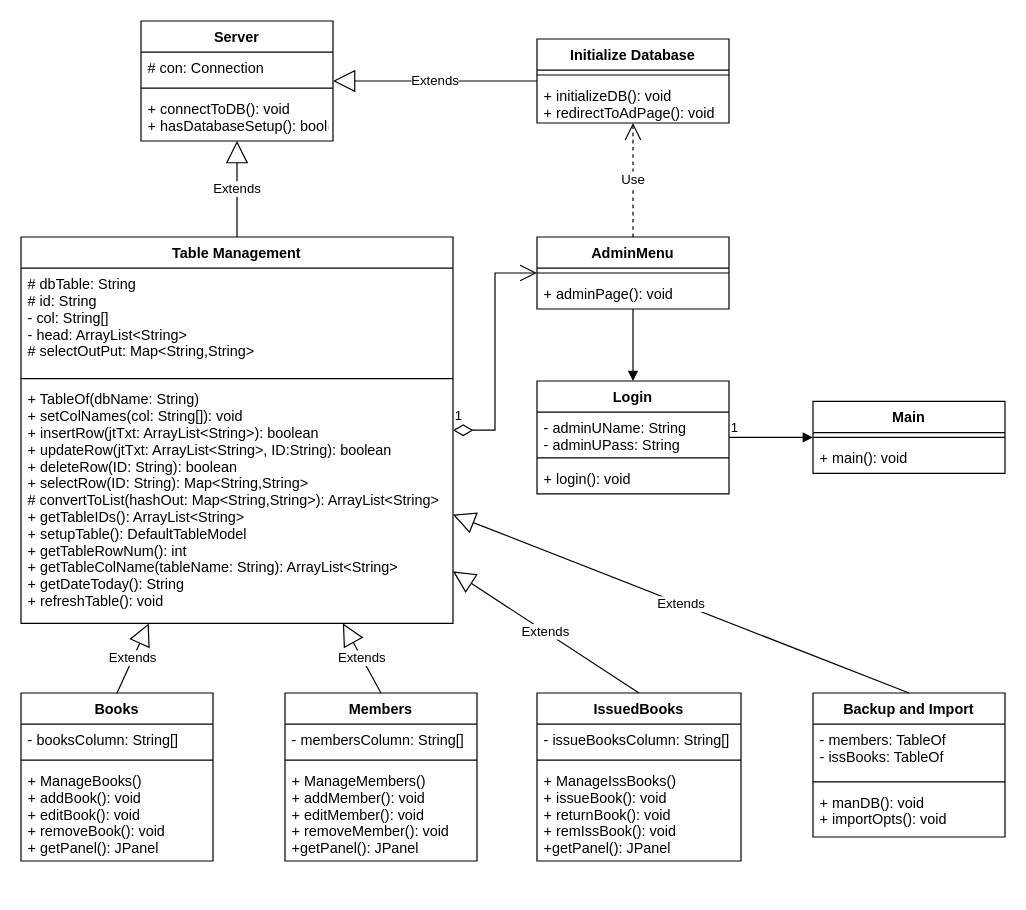
Before: Untitled Diagram.drawio in dkeithdj/digitallib, a draw.io diagram. Source tidied: cells renumbered, new cells numbered last; positions are measured from the earlier drawing's top-left corner, leaving out a move shared by most shapes. Both pictures are drawn from the tidied source at 120%, with x=0, y=0 at pixel (20, 20).
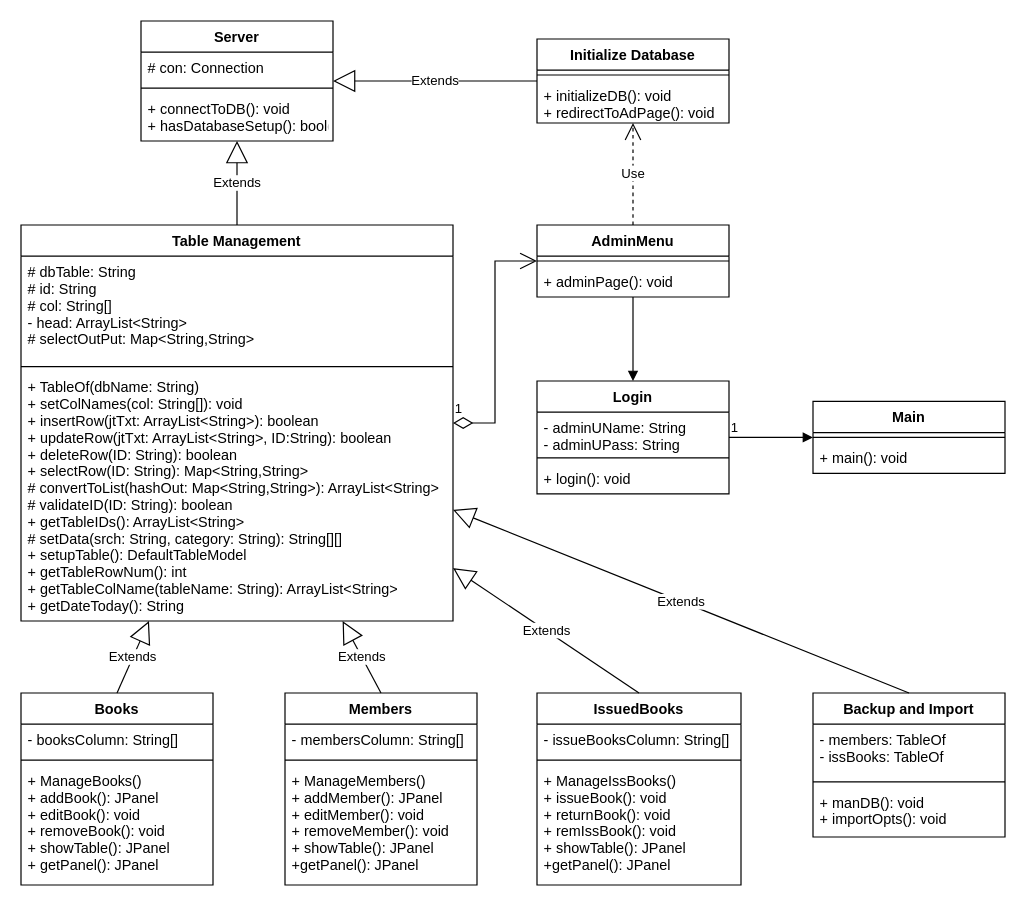
The same diagram, later.

The edit, as a diff of the source:
```diff
@@
     <mxCell id="6" value="Books" style="swimlane;fontStyle=1;align=center;verticalAlign=top;horizontal=1;startSize=26;" parent="1" vertex="1">
-      <mxGeometry y="560" width="160" height="140" as="geometry" />
+      <mxGeometry y="560" width="160" height="160" as="geometry" />
     </mxCell>
@@
-    <mxCell id="9" value="+ ManageBooks()&#10;+ addBook(): void&#10;+ editBook(): void&#10;+ removeBook(): void&#10;+ getPanel(): JPanel" style="text;strokeColor=none;fillColor=none;align=left;verticalAlign=top;spacingLeft=4;spacingRight=4;overflow=hidden;" parent="6" vertex="1">
-      <mxGeometry y="60" width="160" height="80" as="geometry" />
+    <mxCell id="9" value="+ ManageBooks()&#10;+ addBook(): JPanel&#10;+ editBook(): void&#10;+ removeBook(): void&#10;+ showTable(): JPanel&#10;+ getPanel(): JPanel" style="text;strokeColor=none;fillColor=none;align=left;verticalAlign=top;spacingLeft=4;spacingRight=4;overflow=hidden;" parent="6" vertex="1">
+      <mxGeometry y="60" width="160" height="100" as="geometry" />
     </mxCell>
@@
     <mxCell id="17" value="AdminMenu" style="swimlane;fontStyle=1;align=center;verticalAlign=top;horizontal=1;startSize=26;" parent="1" vertex="1">
-      <mxGeometry x="430" y="180" width="160" height="60" as="geometry" />
+      <mxGeometry x="430" y="170" width="160" height="60" as="geometry" />
     </mxCell>
@@
     <mxCell id="20" value="Table Management" style="swimlane;fontStyle=1;align=center;verticalAlign=top;horizontal=1;startSize=26;" parent="1" vertex="1">
-      <mxGeometry y="180" width="360" height="322" as="geometry" />
+      <mxGeometry y="170" width="360" height="330" as="geometry" />
     </mxCell>
-    <mxCell id="21" value="# dbTable: String&#10;# id: String&#10;- col: String[]&#10;- head: ArrayList&lt;String&gt;&#10;# selectOutPut: Map&lt;String,String&gt;" style="text;strokeColor=none;fillColor=none;align=left;verticalAlign=top;spacingLeft=4;spacingRight=4;overflow=hidden;" parent="20" vertex="1">
+    <mxCell id="21" value="# dbTable: String&#10;# id: String&#10;# col: String[]&#10;- head: ArrayList&lt;String&gt;&#10;# selectOutPut: Map&lt;String,String&gt;" style="text;strokeColor=none;fillColor=none;align=left;verticalAlign=top;spacingLeft=4;spacingRight=4;overflow=hidden;" parent="20" vertex="1">
       <mxGeometry y="26" width="360" height="88" as="geometry" />
     </mxCell>
@@
-    <mxCell id="23" value="+ TableOf(dbName: String)&#10;+ setColNames(col: String[]): void&#10;+ insertRow(jtTxt: ArrayList&lt;String&gt;): boolean&#10;+ updateRow(jtTxt: ArrayList&lt;String&gt;, ID:String): boolean&#10;+ deleteRow(ID: String): boolean&#10;+ selectRow(ID: String): Map&lt;String,String&gt;&#10;# convertToList(hashOut: Map&lt;String,String&gt;): ArrayList&lt;String&gt;&#10;+ getTableIDs(): ArrayList&lt;String&gt;&#10;+ setupTable(): DefaultTableModel&#10;+ getTableRowNum(): int&#10;+ getTableColName(tableName: String): ArrayList&lt;String&gt;&#10;+ getDateToday(): String&#10;+ refreshTable(): void&#10;" style="text;strokeColor=none;fillColor=none;align=left;verticalAlign=top;spacingLeft=4;spacingRight=4;overflow=hidden;" parent="20" vertex="1">
-      <mxGeometry y="122" width="360" height="200" as="geometry" />
+    <mxCell id="23" value="+ TableOf(dbName: String)&#10;+ setColNames(col: String[]): void&#10;+ insertRow(jtTxt: ArrayList&lt;String&gt;): boolean&#10;+ updateRow(jtTxt: ArrayList&lt;String&gt;, ID:String): boolean&#10;+ deleteRow(ID: String): boolean&#10;+ selectRow(ID: String): Map&lt;String,String&gt;&#10;# convertToList(hashOut: Map&lt;String,String&gt;): ArrayList&lt;String&gt;&#10;# validateID(ID: String): boolean&#10;+ getTableIDs(): ArrayList&lt;String&gt;&#10;# setData(srch: String, category: String): String[][]&#10;+ setupTable(): DefaultTableModel&#10;+ getTableRowNum(): int&#10;+ getTableColName(tableName: String): ArrayList&lt;String&gt;&#10;+ getDateToday(): String&#10;" style="text;strokeColor=none;fillColor=none;align=left;verticalAlign=top;spacingLeft=4;spacingRight=4;overflow=hidden;" parent="20" vertex="1">
+      <mxGeometry y="122" width="360" height="208" as="geometry" />
     </mxCell>
@@
     <mxCell id="28" value="IssuedBooks" style="swimlane;fontStyle=1;align=center;verticalAlign=top;horizontal=1;startSize=26;" parent="1" vertex="1">
-      <mxGeometry x="430" y="560" width="170" height="140" as="geometry" />
+      <mxGeometry x="430" y="560" width="170" height="160" as="geometry" />
     </mxCell>
@@
-    <mxCell id="31" value="+ ManageIssBooks()&#10;+ issueBook(): void&#10;+ returnBook(): void&#10;+ remIssBook(): void&#10;+getPanel(): JPanel" style="text;strokeColor=none;fillColor=none;align=left;verticalAlign=top;spacingLeft=4;spacingRight=4;overflow=hidden;" parent="28" vertex="1">
-      <mxGeometry y="60" width="170" height="80" as="geometry" />
+    <mxCell id="31" value="+ ManageIssBooks()&#10;+ issueBook(): void&#10;+ returnBook(): void&#10;+ remIssBook(): void&#10;+ showTable(): JPanel&#10;+getPanel(): JPanel" style="text;strokeColor=none;fillColor=none;align=left;verticalAlign=top;spacingLeft=4;spacingRight=4;overflow=hidden;" parent="28" vertex="1">
+      <mxGeometry y="60" width="170" height="100" as="geometry" />
     </mxCell>
     <mxCell id="32" value="Members" style="swimlane;fontStyle=1;align=center;verticalAlign=top;horizontal=1;startSize=26;" parent="1" vertex="1">
-      <mxGeometry x="220" y="560" width="160" height="140" as="geometry" />
+      <mxGeometry x="220" y="560" width="160" height="160" as="geometry" />
     </mxCell>
@@
-    <mxCell id="35" value="+ ManageMembers()&#10;+ addMember(): void&#10;+ editMember(): void&#10;+ removeMember(): void&#10;+getPanel(): JPanel" style="text;strokeColor=none;fillColor=none;align=left;verticalAlign=top;spacingLeft=4;spacingRight=4;overflow=hidden;" parent="32" vertex="1">
-      <mxGeometry y="60" width="160" height="80" as="geometry" />
+    <mxCell id="35" value="+ ManageMembers()&#10;+ addMember(): JPanel&#10;+ editMember(): void&#10;+ removeMember(): void&#10;+ showTable(): JPanel&#10;+getPanel(): JPanel" style="text;strokeColor=none;fillColor=none;align=left;verticalAlign=top;spacingLeft=4;spacingRight=4;overflow=hidden;" parent="32" vertex="1">
+      <mxGeometry y="60" width="160" height="100" as="geometry" />
     </mxCell>
```
